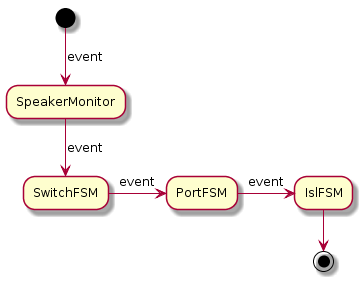
Before: docs/design/network-discovery/workflow.png, a diagram exported from PlantUML (telstra/open-kilda).
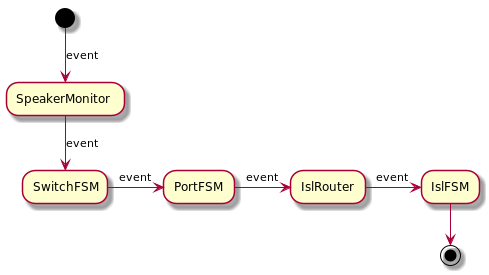
Later version of the same file.

Diff of the diagram source:
```diff
@@ -2,6 +2,7 @@
 (*) -d-> [event] SpeakerMonitor
 -d-> [event] SwitchFSM
 -r-> [event] PortFSM
+-r-> [event] IslRouter
 -r-> [event] IslFSM
 -d-> (*)
 @enduml
```
